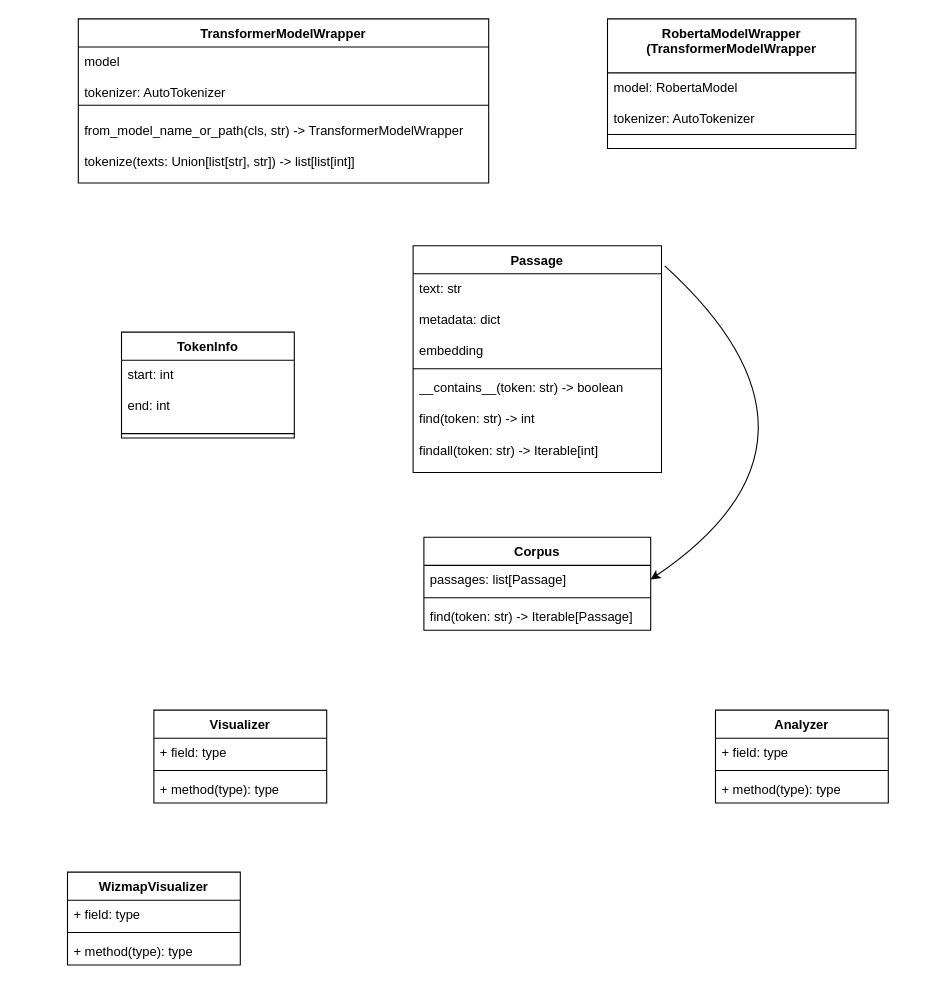
Before: Architecture.drawio in Semantics-of-Sustainability/tempo-embeddings, a draw.io diagram. Source tidied: cells renumbered, new cells numbered last; positions are measured from the earlier drawing's top-left corner, leaving out a move shared by most shapes. Both pictures are drawn from the tidied source at 108%, with x=0, y=0 at pixel (67, 18).
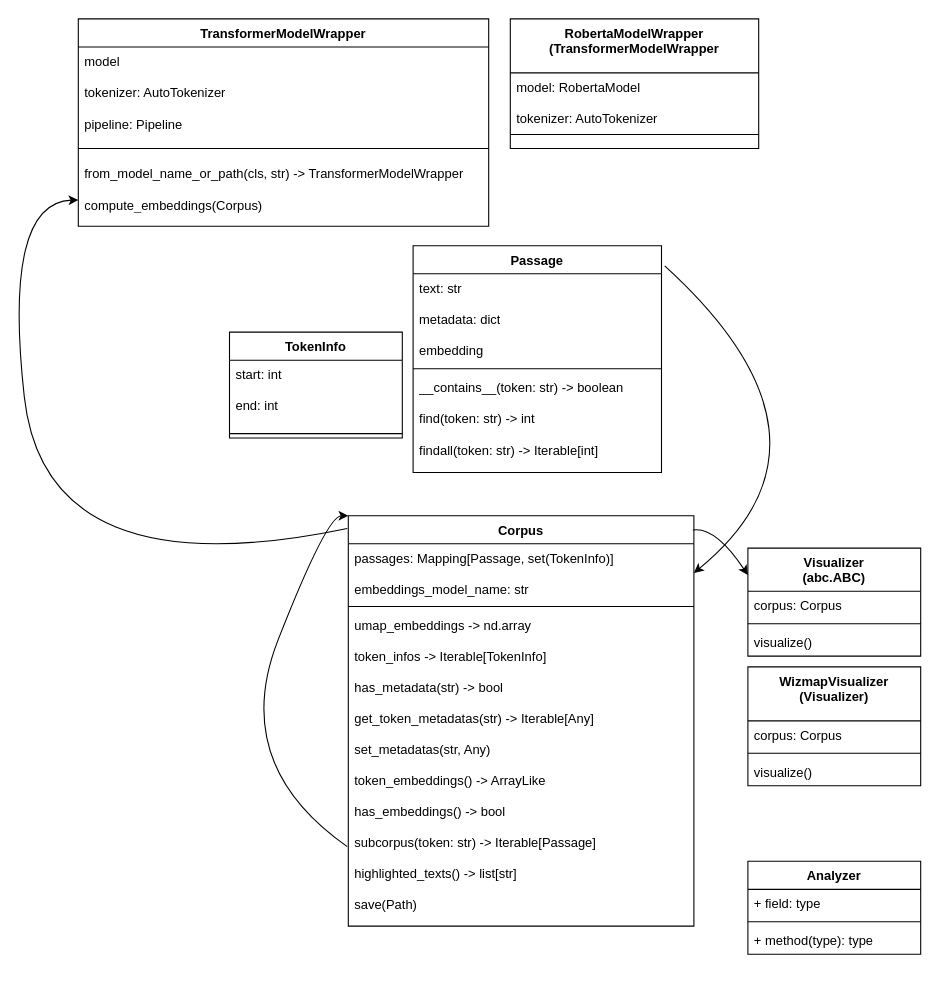
Above is the later version.

Commit message (it also covers changes not shown here):
Update architecture, workflow diagrams.

What changed in the source:
```diff
@@
     <mxCell id="2" value="Corpus" style="swimlane;fontStyle=1;align=center;verticalAlign=top;horizontal=1;startSize=26;whiteSpace=wrap;html=1;" parent="1" vertex="1">
-      <mxGeometry x="330" y="480" width="210" height="86" as="geometry" />
+      <mxGeometry x="260" y="460" width="320" height="380" as="geometry" />
     </mxCell>
-    <mxCell id="3" value="passages: list[Passage]" style="text;strokeColor=none;fillColor=none;align=left;verticalAlign=top;spacingLeft=4;spacingRight=4;overflow=hidden;points=[[0,0.5],[1,0.5]];portConstraint=eastwest;whiteSpace=wrap;html=1;" parent="2" vertex="1">
-      <mxGeometry y="26" width="210" height="26" as="geometry" />
+    <mxCell id="3" value="passages: Mapping[Passage, set(TokenInfo)]&lt;br&gt;&lt;br&gt;embeddings_model_name: str" style="text;strokeColor=none;fillColor=none;align=left;verticalAlign=top;spacingLeft=4;spacingRight=4;overflow=hidden;points=[[0,0.5],[1,0.5]];portConstraint=eastwest;whiteSpace=wrap;html=1;" parent="2" vertex="1">
+      <mxGeometry y="26" width="320" height="54" as="geometry" />
     </mxCell>
     <mxCell id="4" style="line;strokeWidth=1;fillColor=none;align=left;verticalAlign=middle;spacingTop=-1;spacingLeft=3;spacingRight=3;labelPosition=right;strokeColor=inherit;" parent="2" vertex="1">
-      <mxGeometry y="52" width="210" height="8" as="geometry" />
+      <mxGeometry y="80" width="320" height="8" as="geometry" />
     </mxCell>
-    <mxCell id="5" value="&lt;div&gt;find(token: str) -&amp;gt; Iterable[Passage]&lt;/div&gt;&lt;div&gt;&lt;br&gt;&lt;/div&gt;" style="text;strokeColor=none;fillColor=none;align=left;verticalAlign=top;spacingLeft=4;spacingRight=4;overflow=hidden;points=[[0,0.5],[1,0.5]];portConstraint=eastwest;whiteSpace=wrap;html=1;" parent="2" vertex="1">
-      <mxGeometry y="60" width="210" height="26" as="geometry" />
+    <mxCell id="5" value="&lt;div&gt;umap_embeddings -&amp;gt; nd.array&lt;/div&gt;&lt;div&gt;&lt;br&gt;&lt;/div&gt;&lt;div&gt;token_infos -&amp;gt; Iterable[TokenInfo]&lt;/div&gt;&lt;div&gt;&lt;br&gt;&lt;/div&gt;&lt;div&gt;&lt;span style=&quot;background-color: initial;&quot;&gt;has_metadata(str) -&amp;gt; bool&lt;/span&gt;&lt;br&gt;&lt;/div&gt;&lt;div&gt;&lt;br&gt;&lt;/div&gt;&lt;div&gt;get_token_metadatas(str) -&amp;gt; Iterable[Any]&lt;/div&gt;&lt;div&gt;&lt;br&gt;&lt;/div&gt;&lt;div&gt;set_metadatas(str, Any)&lt;/div&gt;&lt;div&gt;&lt;br&gt;&lt;/div&gt;&lt;div&gt;token_embeddings() -&amp;gt; ArrayLike&lt;/div&gt;&lt;div&gt;&lt;br&gt;&lt;/div&gt;&lt;div&gt;has_embeddings() -&amp;gt; bool&lt;/div&gt;&lt;div&gt;&lt;br&gt;&lt;/div&gt;&lt;div&gt;subcorpus(token: str) -&amp;gt; Iterable[Passage]&lt;/div&gt;&lt;div&gt;&lt;br&gt;&lt;/div&gt;&lt;div&gt;highlighted_texts() -&amp;gt; list[str]&lt;/div&gt;&lt;div&gt;&lt;br&gt;&lt;/div&gt;&lt;div&gt;save(Path)&lt;/div&gt;&lt;div&gt;&lt;br&gt;&lt;/div&gt;&lt;div&gt;&lt;br&gt;&lt;/div&gt;" style="text;strokeColor=none;fillColor=none;align=left;verticalAlign=top;spacingLeft=4;spacingRight=4;overflow=hidden;points=[[0,0.5],[1,0.5]];portConstraint=eastwest;whiteSpace=wrap;html=1;" parent="2" vertex="1">
+      <mxGeometry y="88" width="320" height="292" as="geometry" />
     </mxCell>
+    <mxCell id="33" style="curved=1;endArrow=classic;html=1;entryX=0;entryY=0;entryDx=0;entryDy=0;exitX=-0.003;exitY=0.748;exitDx=0;exitDy=0;exitPerimeter=0;" parent="2" edge="1" source="5" target="2">
+      <mxGeometry relative="1" as="geometry">
+        <Array as="points">
+          <mxPoint x="-110" y="230" />
+          <mxPoint x="-20" />
+        </Array>
+      </mxGeometry>
+    </mxCell>
@@
     <mxCell id="10" value="TransformerModelWrapper" style="swimlane;fontStyle=1;align=center;verticalAlign=top;horizontal=1;startSize=26;whiteSpace=wrap;html=1;" parent="1" vertex="1">
-      <mxGeometry x="10" width="380" height="152" as="geometry" />
+      <mxGeometry x="10" width="380" height="192" as="geometry" />
     </mxCell>
-    <mxCell id="11" value="&lt;div&gt;model&lt;br&gt;&lt;br&gt;&lt;/div&gt;&lt;div&gt;tokenizer: AutoTokenizer&lt;/div&gt;" style="text;strokeColor=none;fillColor=none;align=left;verticalAlign=top;spacingLeft=4;spacingRight=4;overflow=hidden;whiteSpace=wrap;html=1;" parent="10" vertex="1">
-      <mxGeometry y="26" width="380" height="44" as="geometry" />
+    <mxCell id="11" value="&lt;div&gt;model&lt;br&gt;&lt;br&gt;&lt;/div&gt;&lt;div&gt;tokenizer: AutoTokenizer&lt;/div&gt;&lt;div&gt;&lt;br&gt;&lt;/div&gt;&lt;div&gt;pipeline: Pipeline&lt;/div&gt;" style="text;strokeColor=none;fillColor=none;align=left;verticalAlign=top;spacingLeft=4;spacingRight=4;overflow=hidden;whiteSpace=wrap;html=1;" parent="10" vertex="1">
+      <mxGeometry y="26" width="380" height="84" as="geometry" />
     </mxCell>
     <mxCell id="12" style="line;strokeWidth=1;fillColor=none;align=left;verticalAlign=middle;spacingTop=-1;spacingLeft=3;spacingRight=3;labelPosition=right;strokeColor=inherit;" parent="10" vertex="1">
-      <mxGeometry y="70" width="380" height="20" as="geometry" />
+      <mxGeometry y="110" width="380" height="20" as="geometry" />
     </mxCell>
-    <mxCell id="13" value="from_model_name_or_path(cls, str) -&amp;gt; TransformerModelWrapper&lt;br&gt;&lt;br&gt;&lt;div&gt;tokenize(texts: Union[list[str], str]) -&amp;gt; list[list[int]]&lt;/div&gt;" style="text;strokeColor=none;fillColor=none;align=left;verticalAlign=top;spacingLeft=4;spacingRight=4;overflow=hidden;points=[[0,0.5],[1,0.5]];portConstraint=eastwest;whiteSpace=wrap;html=1;" parent="10" vertex="1">
-      <mxGeometry y="90" width="380" height="62" as="geometry" />
+    <mxCell id="13" value="from_model_name_or_path(cls, str) -&amp;gt; TransformerModelWrapper&lt;br&gt;&lt;br&gt;&lt;div&gt;compute_embeddings(Corpus)&lt;/div&gt;" style="text;strokeColor=none;fillColor=none;align=left;verticalAlign=top;spacingLeft=4;spacingRight=4;overflow=hidden;points=[[0,0.5],[1,0.5]];portConstraint=eastwest;whiteSpace=wrap;html=1;" parent="10" vertex="1">
+      <mxGeometry y="130" width="380" height="62" as="geometry" />
     </mxCell>
     <mxCell id="14" value="RobertaModelWrapper&lt;br&gt;(TransformerModelWrapper" style="swimlane;fontStyle=1;align=center;verticalAlign=top;horizontal=1;startSize=50;whiteSpace=wrap;html=1;" parent="1" vertex="1">
-      <mxGeometry x="500" width="230" height="120" as="geometry" />
+      <mxGeometry x="410" width="230" height="120" as="geometry" />
     </mxCell>
@@
-    <mxCell id="18" value="Visualizer" style="swimlane;fontStyle=1;align=center;verticalAlign=top;horizontal=1;startSize=26;whiteSpace=wrap;html=1;" parent="1" vertex="1">
-      <mxGeometry x="80" y="640" width="160" height="86" as="geometry" />
-    </mxCell>
-    <mxCell id="19" value="+ field: type" style="text;strokeColor=none;fillColor=none;align=left;verticalAlign=top;spacingLeft=4;spacingRight=4;overflow=hidden;whiteSpace=wrap;html=1;" parent="18" vertex="1">
-      <mxGeometry y="26" width="160" height="26" as="geometry" />
-    </mxCell>
-    <mxCell id="20" style="line;strokeWidth=1;fillColor=none;align=left;verticalAlign=middle;spacingTop=-1;spacingLeft=3;spacingRight=3;labelPosition=right;strokeColor=inherit;" parent="18" vertex="1">
-      <mxGeometry y="52" width="160" height="8" as="geometry" />
-    </mxCell>
-    <mxCell id="21" value="+ method(type): type" style="text;strokeColor=none;fillColor=none;align=left;verticalAlign=top;spacingLeft=4;spacingRight=4;overflow=hidden;whiteSpace=wrap;html=1;" parent="18" vertex="1">
-      <mxGeometry y="60" width="160" height="26" as="geometry" />
-    </mxCell>
     <mxCell id="22" value="Analyzer" style="swimlane;fontStyle=1;align=center;verticalAlign=top;horizontal=1;startSize=26;whiteSpace=wrap;html=1;" parent="1" vertex="1">
-      <mxGeometry x="600" y="640" width="160" height="86" as="geometry" />
+      <mxGeometry x="630" y="780" width="160" height="86" as="geometry" />
     </mxCell>
@@
-    <mxCell id="26" value="WizmapVisualizer" style="swimlane;fontStyle=1;align=center;verticalAlign=top;horizontal=1;startSize=26;whiteSpace=wrap;html=1;" parent="1" vertex="1">
-      <mxGeometry y="790" width="160" height="86" as="geometry" />
-    </mxCell>
-    <mxCell id="27" value="+ field: type" style="text;strokeColor=none;fillColor=none;align=left;verticalAlign=top;spacingLeft=4;spacingRight=4;overflow=hidden;whiteSpace=wrap;html=1;" parent="26" vertex="1">
-      <mxGeometry y="26" width="160" height="26" as="geometry" />
-    </mxCell>
-    <mxCell id="28" style="line;strokeWidth=1;fillColor=none;align=left;verticalAlign=middle;spacingTop=-1;spacingLeft=3;spacingRight=3;labelPosition=right;strokeColor=inherit;" parent="26" vertex="1">
-      <mxGeometry y="52" width="160" height="8" as="geometry" />
-    </mxCell>
-    <mxCell id="29" value="+ method(type): type" style="text;strokeColor=none;fillColor=none;align=left;verticalAlign=top;spacingLeft=4;spacingRight=4;overflow=hidden;whiteSpace=wrap;html=1;" parent="26" vertex="1">
-      <mxGeometry y="60" width="160" height="26" as="geometry" />
-    </mxCell>
     <mxCell id="30" value="TokenInfo" style="swimlane;fontStyle=1;align=center;verticalAlign=top;horizontal=1;startSize=26;whiteSpace=wrap;html=1;" parent="1" vertex="1">
-      <mxGeometry x="50" y="290" width="160" height="98" as="geometry" />
+      <mxGeometry x="150" y="290" width="160" height="98" as="geometry" />
     </mxCell>
@@
+    <mxCell id="34" style="curved=1;endArrow=classic;html=1;exitX=-0.003;exitY=0.031;exitDx=0;exitDy=0;exitPerimeter=0;" parent="1" edge="1" source="2" target="13">
+      <mxGeometry relative="1" as="geometry">
+        <Array as="points">
+          <mxPoint x="-20" y="530" />
+          <mxPoint x="-60" y="170" />
+        </Array>
+      </mxGeometry>
+    </mxCell>
+    <mxCell id="35" value="Visualizer&#10;(abc.ABC)" style="swimlane;fontStyle=1;align=center;verticalAlign=top;horizontal=1;startSize=40;" parent="1" vertex="1">
+      <mxGeometry x="630" y="490" width="160" height="100" as="geometry" />
+    </mxCell>
+    <mxCell id="36" value="corpus: Corpus" style="text;strokeColor=none;fillColor=none;align=left;verticalAlign=top;spacingLeft=4;spacingRight=4;overflow=hidden;" parent="35" vertex="1">
+      <mxGeometry y="40" width="160" height="26" as="geometry" />
+    </mxCell>
+    <mxCell id="37" style="line;strokeWidth=1;fillColor=none;align=left;verticalAlign=middle;spacingTop=-1;spacingLeft=3;spacingRight=3;labelPosition=right;strokeColor=inherit;" parent="35" vertex="1">
+      <mxGeometry y="66" width="160" height="8" as="geometry" />
+    </mxCell>
+    <mxCell id="38" value="visualize()" style="text;strokeColor=none;fillColor=none;align=left;verticalAlign=top;spacingLeft=4;spacingRight=4;overflow=hidden;" parent="35" vertex="1">
+      <mxGeometry y="74" width="160" height="26" as="geometry" />
+    </mxCell>
+    <mxCell id="39" value="WizmapVisualizer&#10;(Visualizer)" style="swimlane;fontStyle=1;align=center;verticalAlign=top;horizontal=1;startSize=50;" parent="1" vertex="1">
+      <mxGeometry x="630" y="600" width="160" height="110" as="geometry" />
+    </mxCell>
+    <mxCell id="40" value="corpus: Corpus" style="text;strokeColor=none;fillColor=none;align=left;verticalAlign=top;spacingLeft=4;spacingRight=4;overflow=hidden;" parent="39" vertex="1">
+      <mxGeometry y="50" width="160" height="26" as="geometry" />
+    </mxCell>
+    <mxCell id="41" style="line;strokeWidth=1;fillColor=none;align=left;verticalAlign=middle;spacingTop=-1;spacingLeft=3;spacingRight=3;labelPosition=right;strokeColor=inherit;" parent="39" vertex="1">
+      <mxGeometry y="76" width="160" height="8" as="geometry" />
+    </mxCell>
+    <mxCell id="42" value="visualize()" style="text;strokeColor=none;fillColor=none;align=left;verticalAlign=top;spacingLeft=4;spacingRight=4;overflow=hidden;" parent="39" vertex="1">
+      <mxGeometry y="84" width="160" height="26" as="geometry" />
+    </mxCell>
+    <mxCell id="43" style="curved=1;endArrow=classic;html=1;entryX=0;entryY=0.25;entryDx=0;entryDy=0;exitX=0.997;exitY=0.035;exitDx=0;exitDy=0;exitPerimeter=0;" parent="1" edge="1" source="2" target="35">
+      <mxGeometry relative="1" as="geometry">
+        <Array as="points">
+          <mxPoint x="600" y="470" />
+        </Array>
+      </mxGeometry>
+    </mxCell>
```
